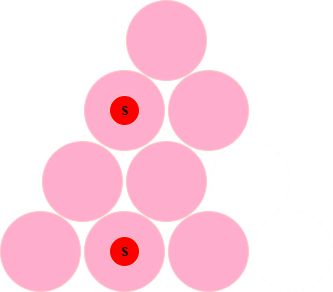
Above: diagrams/two-bomb-diff.drawio.png in CalvinLac/wuhan-pong (draw.io), before the change. Source tidied: cells renumbered, new cells last; positions are measured from the earlier drawing's top-left corner, leaving out a move shared by most shapes.
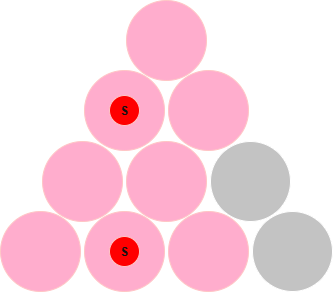
The same diagram one commit later.

What changed in the source:
```diff
@@ -38,10 +38,10 @@
     <mxCell id="13" value="&lt;b&gt;S&lt;/b&gt;" style="ellipse;whiteSpace=wrap;html=1;fillColor=light-dark(#A20025,#FF0000);fontColor=#ffffff;strokeColor=#6F0000;" parent="1" vertex="1">
       <mxGeometry x="109" y="236" width="30" height="30" as="geometry" />
     </mxCell>
-    <mxCell id="14" style="ellipse;whiteSpace=wrap;html=1;fillColor=light-dark(#FFFFFF,#FFFFFF);" parent="1" vertex="1">
+    <mxCell id="14" style="ellipse;whiteSpace=wrap;html=1;fillColor=light-dark(#FFFFFF,#C3C3C3);" parent="1" vertex="1">
       <mxGeometry x="210" y="141" width="80" height="80" as="geometry" />
     </mxCell>
-    <mxCell id="15" style="ellipse;whiteSpace=wrap;html=1;fillColor=light-dark(#FFFFFF,#FFFFFF);" parent="1" vertex="1">
+    <mxCell id="15" style="ellipse;whiteSpace=wrap;html=1;fillColor=light-dark(#FFFFFF,#C3C3C3);" parent="1" vertex="1">
       <mxGeometry x="252" y="211" width="80" height="80" as="geometry" />
     </mxCell>
   </root>
```
